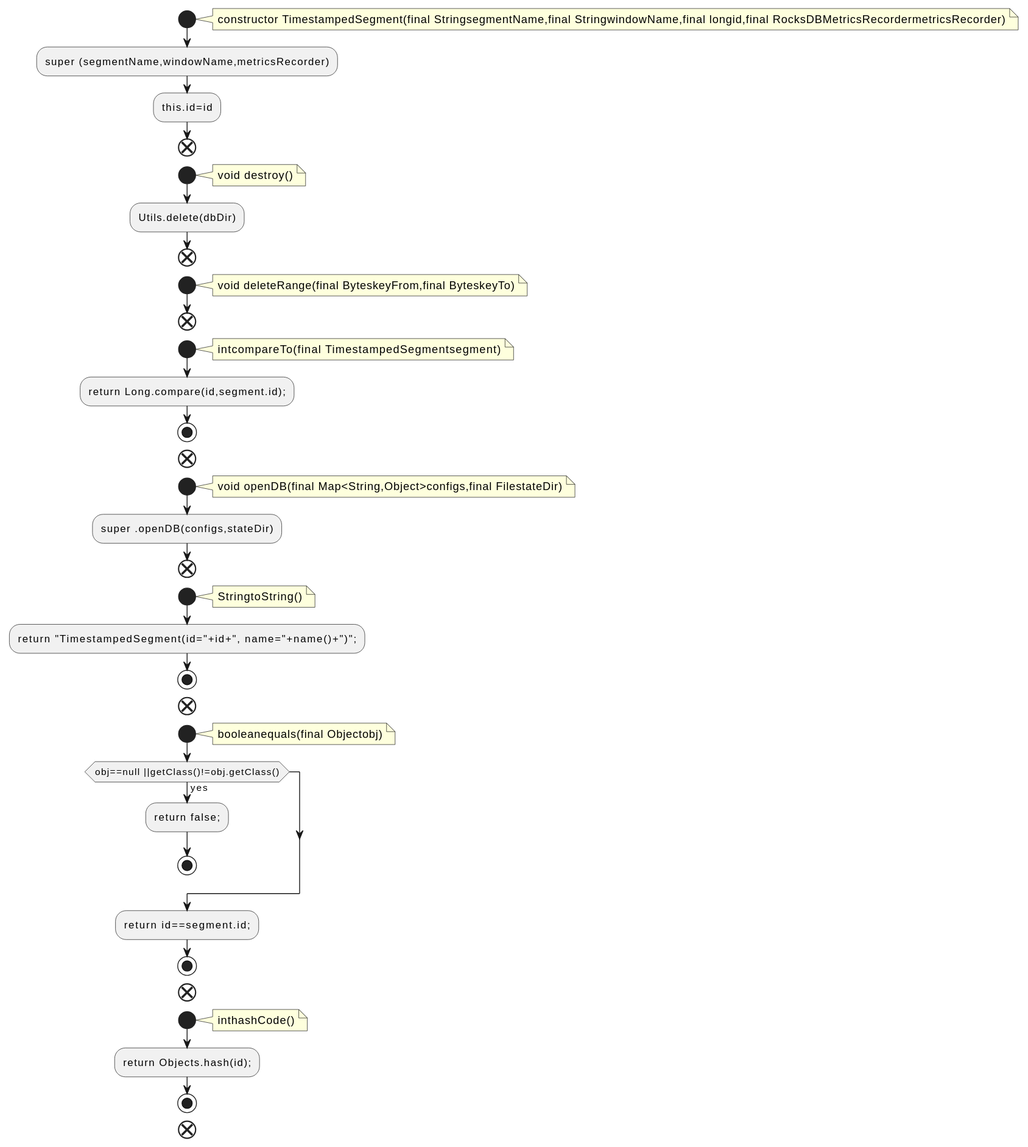
Before: docs/qc/streams/src/main/java/org/apache/kafka/streams/state/internals/TimestampedSegment.java.fct.svg, a diagram exported from PlantUML (qualitesys/kafka).
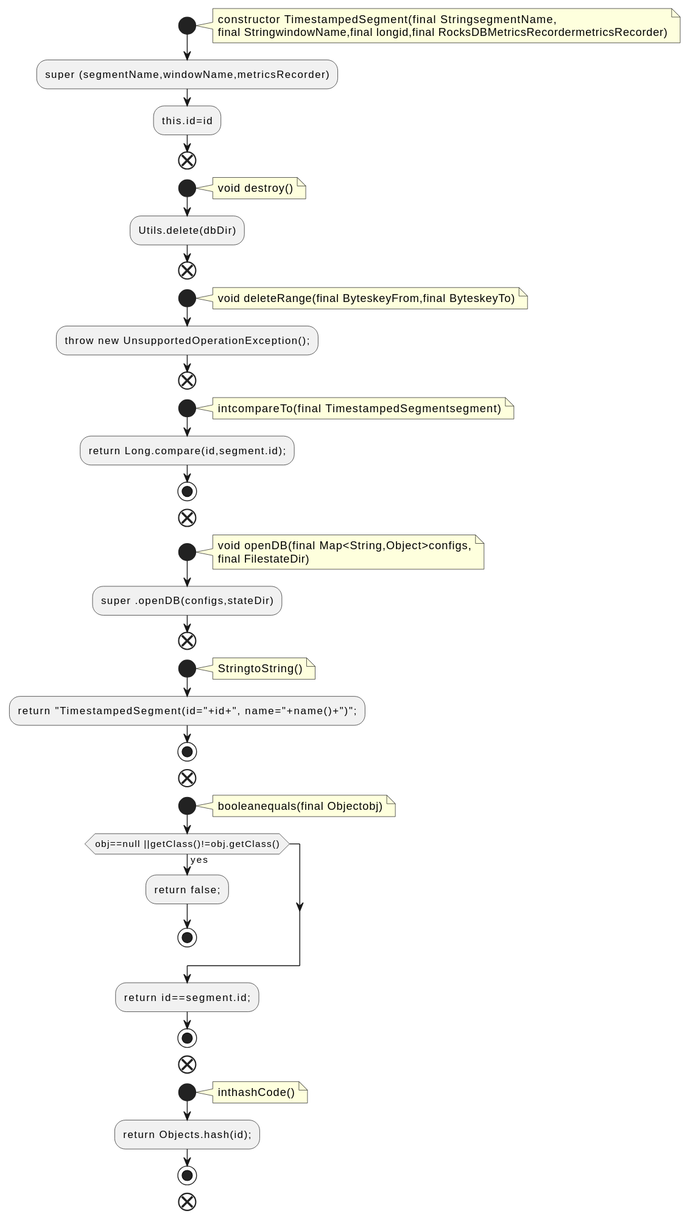
The same file after the commit.

The edit, as a diff of the source:
```diff
@@ -2,7 +2,8 @@
 !pragma layout smetana
 start
 note right
-constructor TimestampedSegment(final StringsegmentName,final StringwindowName,final longid,final RocksDBMetricsRecordermetricsRecorder)
+constructor TimestampedSegment(final StringsegmentName,
+final StringwindowName,final longid,final RocksDBMetricsRecordermetricsRecorder)
 end note
 :super (segmentName,windowName,metricsRecorder);
 :this.id=id;
@@ -17,6 +18,7 @@
 note right
 void deleteRange(final ByteskeyFrom,final ByteskeyTo)
 end note
+:throw new UnsupportedOperationException();;
 end
 start
 note right
@@ -27,7 +29,8 @@
 end
 start
 note right
-void openDB(final Map<String,Object>configs,final FilestateDir)
+void openDB(final Map<String,Object>configs,
+final FilestateDir)
 end note
 :super .openDB(configs,stateDir);
 end
```
